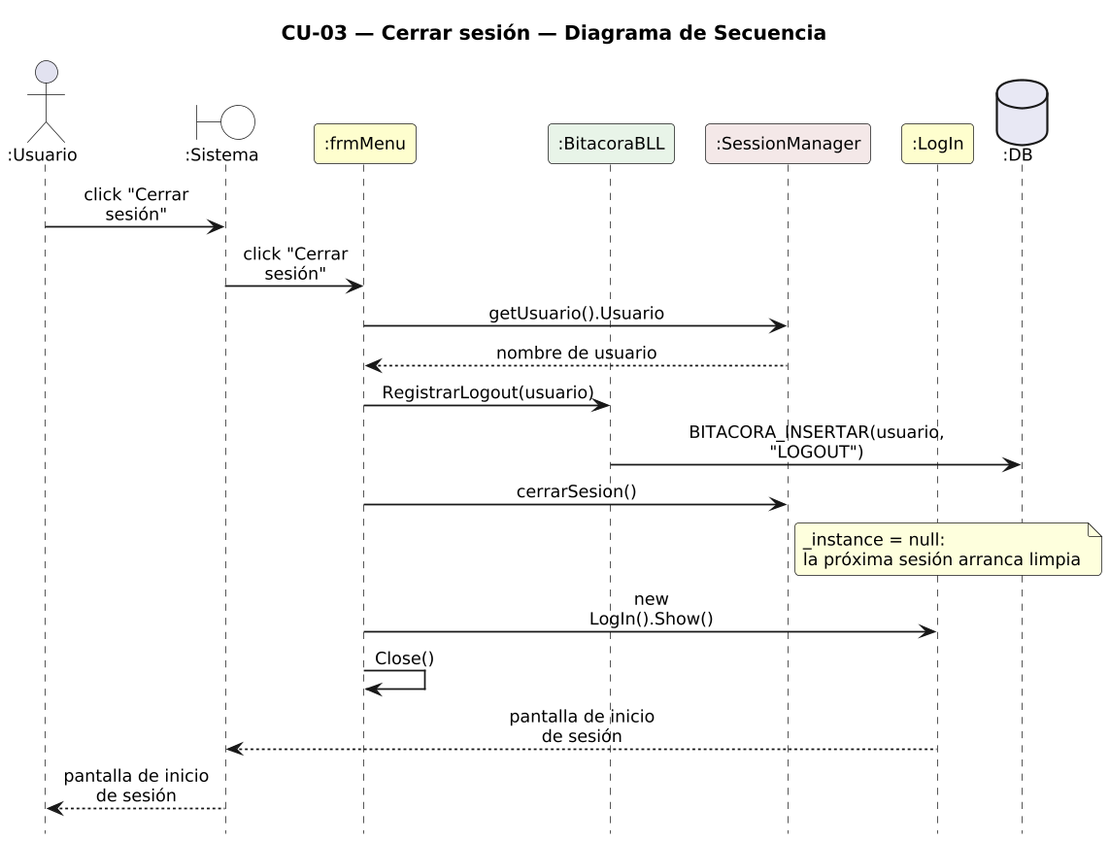
Before: DIAGRAMAS/DiagramaSecuencia_CU03_CerrarSesion.png, a diagram exported from PlantUML (Urrels/ingenieria_software). Its diagram source:
```plantuml
@startuml DiagramaSecuencia_CU03_CerrarSesion

title CU-03 — Cerrar sesión — Diagrama de Secuencia

skinparam shadowing false
skinparam roundcorner 6
skinparam sequenceArrowThickness 1.2
skinparam ParticipantPadding 6
skinparam BoxPadding 4
skinparam maxMessageSize 115
skinparam sequenceMessageAlign center
skinparam defaultFontSize 12
skinparam dpi 140
hide footbox

actor ":Usuario" as U
boundary ":Sistema" as SYS #FFFFFF
participant ":frmMenu" as M #FEFECE
participant ":BitacoraBLL" as B #E8F4E8
participant ":SessionManager" as S #F4E8E8
participant ":LogIn" as L #FEFECE
database ":DB" as DB #E8E8F4

U -> SYS : click "Cerrar sesión"
SYS -> M : click "Cerrar sesión"
M -> S : getUsuario().Usuario
S --> M : nombre de usuario
M -> B : RegistrarLogout(usuario)
B -> DB : BITACORA_INSERTAR(usuario, "LOGOUT")
M -> S : cerrarSesion()
note right of S : _instance = null:\nla próxima sesión arranca limpia
M -> L : new LogIn().Show()
M -> M : Close()
L --> SYS : pantalla de inicio de sesión
SYS --> U : pantalla de inicio de sesión

@enduml
```
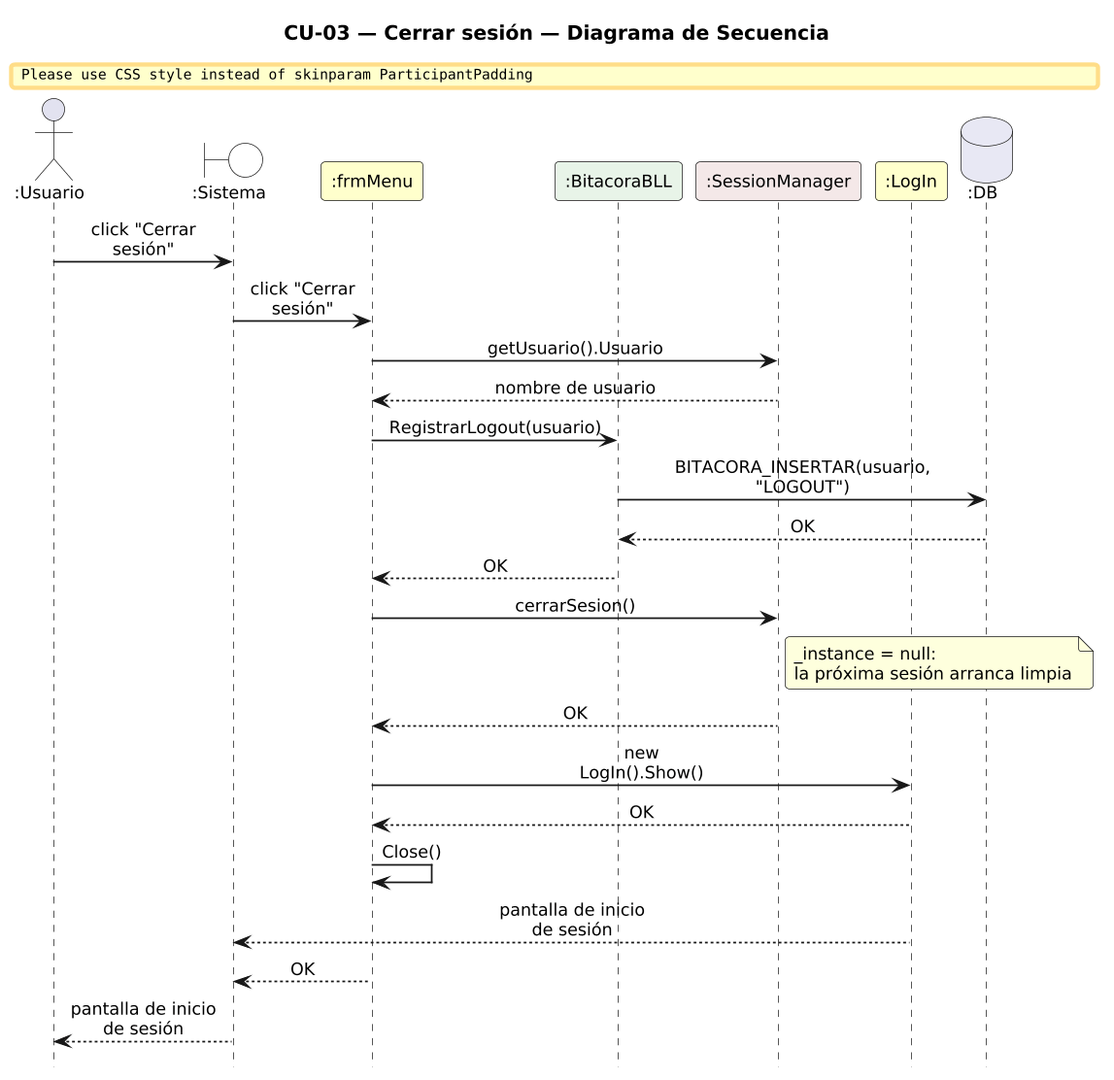
Later version of the same file.

Change to the diagram source:
```diff
@@ -27,11 +27,16 @@
 S --> M : nombre de usuario
 M -> B : RegistrarLogout(usuario)
 B -> DB : BITACORA_INSERTAR(usuario, "LOGOUT")
+DB --> B : OK
+B --> M : OK
 M -> S : cerrarSesion()
 note right of S : _instance = null:\nla próxima sesión arranca limpia
+S --> M : OK
 M -> L : new LogIn().Show()
+L --> M : OK
 M -> M : Close()
 L --> SYS : pantalla de inicio de sesión
+M --> SYS : OK
 SYS --> U : pantalla de inicio de sesión
 
 @enduml
```
